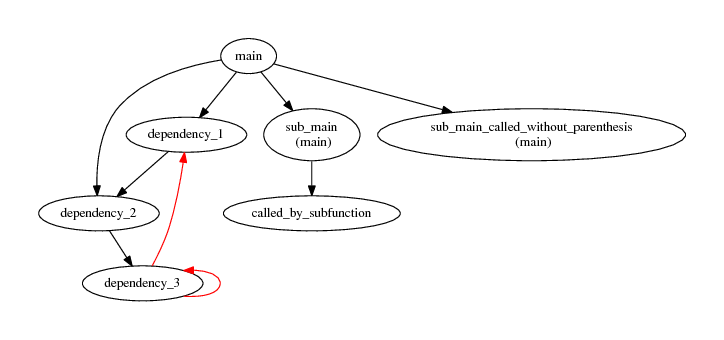
Before: readme_figures/readme_fig1.png, a diagram exported from Graphviz (KaeroDot/mDepGen). Its source is kept beside it as readme_figures/readme_fig1.dot. The source it was exported from:
```dot
/* Generated by mDepGen */
digraph dep {
node [shape = oval];
"main" -> "dependency_1" ;
"dependency_1" -> "dependency_2" ;
"dependency_2" -> "dependency_3" ;
"dependency_3" -> "dependency_1"  [color=red];
"dependency_3" -> "dependency_3"  [color=red dir=back];
"main" -> "dependency_2" ;
"main" -> "sub_main\n (main)" ;
"sub_main\n (main)" -> "called_by_subfunction" ;
"main" -> "sub_main_called_without_parenthesis\n (main)" ;
}
```
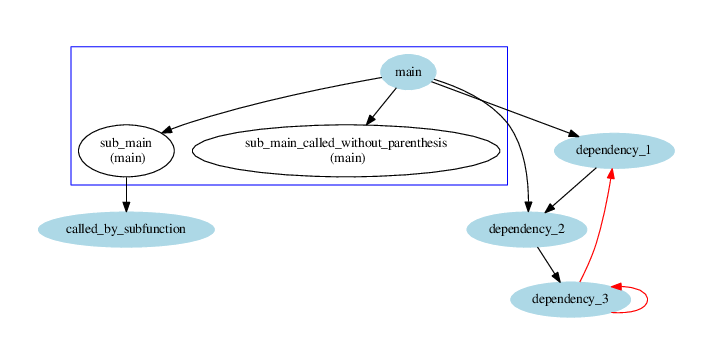
After the commit.

Change to the diagram source:
```diff
@@ -1,6 +1,21 @@
 /* Generated by mDepGen */
 digraph dep {
 node [shape = oval];
+/* start of shape definitions */
+"main" [color=lightblue, style=filled];
+"dependency_1" [color=lightblue, style=filled];
+"dependency_2" [color=lightblue, style=filled];
+"dependency_3" [color=lightblue, style=filled];
+"called_by_subfunction" [color=lightblue, style=filled];
+/* end of shape definitions */
+/* start of subgraph definitions */
+subgraph cluster005 {
+color=blue;
+    "main";
+    "sub_main\n (main)";
+    "sub_main_called_without_parenthesis\n (main)";
+}
+/* end of subgraph definitions */
 "main" -> "dependency_1" ;
 "dependency_1" -> "dependency_2" ;
 "dependency_2" -> "dependency_3" ;
```
